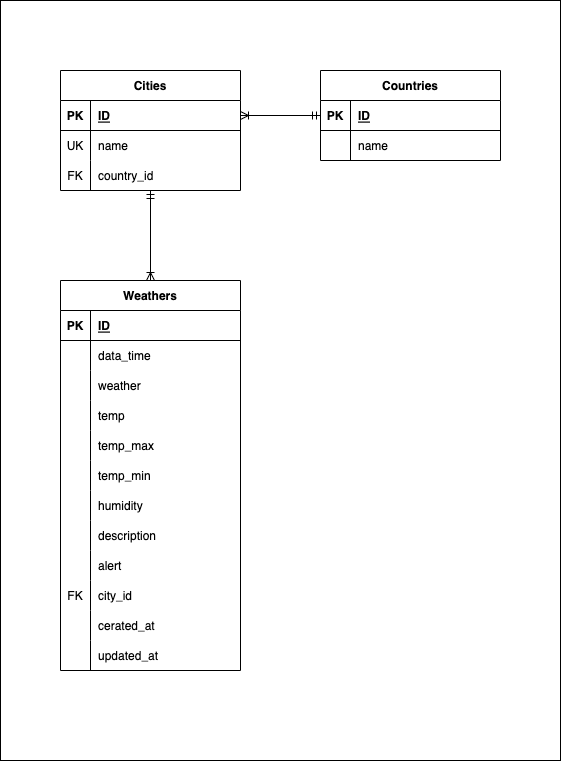
Before: documents/er.png, a diagram exported from draw.io (ytR8220/travel-weather). Source tidied: cells renumbered, new cells last; positions are measured from the earlier drawing's top-left corner, leaving out a move shared by most shapes.
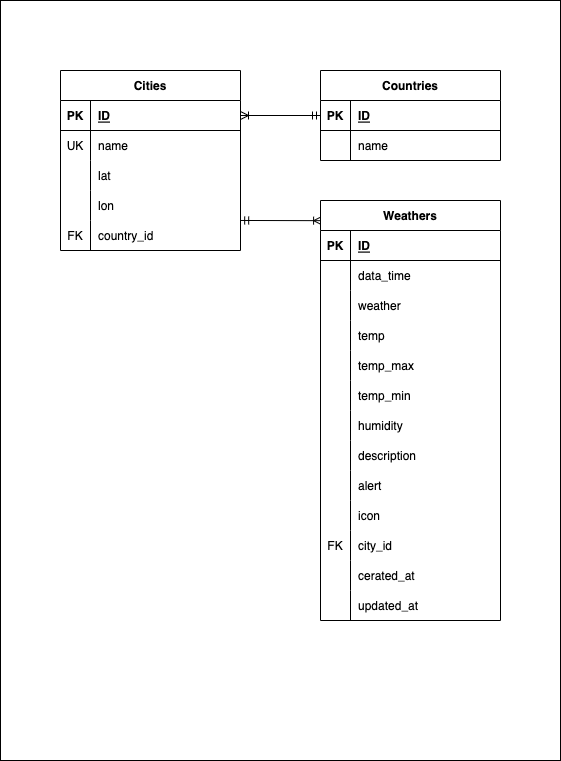
Later version of the same file.

What changed in the source:
```diff
@@ -6,7 +6,7 @@
       <mxGeometry width="560" height="760" as="geometry" />
     </mxCell>
     <mxCell id="3" value="Cities" style="shape=table;startSize=30;rowLines=0;fontStyle=1;align=center;" parent="1" vertex="1">
-      <mxGeometry x="60" y="70" width="180" height="120" as="geometry" />
+      <mxGeometry x="60" y="70" width="180" height="180" as="geometry" />
     </mxCell>
     <mxCell id="4" style="shape=tableRow;horizontal=0;startSize=0;swimlaneHead=0;swimlaneBody=0;fillColor=none;points=[[0,0.5],[1,0.5]];portConstraint=eastwest;top=0;left=0;right=0;bottom=1;" parent="3" vertex="1">
       <mxGeometry y="30" width="180" height="30" as="geometry" />
@@ -17,17 +17,35 @@
     <mxCell id="6" value="ID" style="shape=partialRectangle;fillColor=none;top=0;left=0;bottom=0;right=0;align=left;spacingLeft=6;fontStyle=5;overflow=hidden;" parent="4" vertex="1">
       <mxGeometry x="30" width="150" height="30" as="geometry" />
     </mxCell>
+    <mxCell id="59" style="shape=tableRow;horizontal=0;startSize=0;swimlaneHead=0;swimlaneBody=0;fillColor=none;top=0;left=0;right=0;bottom=0;" parent="3" vertex="1">
+      <mxGeometry y="60" width="180" height="30" as="geometry" />
+    </mxCell>
+    <mxCell id="60" value="UK" style="shape=partialRectangle;fillColor=none;top=0;left=0;bottom=0;right=0;overflow=hidden;" parent="59" vertex="1">
+      <mxGeometry width="30" height="30" as="geometry" />
+    </mxCell>
+    <mxCell id="61" value="name" style="shape=partialRectangle;fillColor=none;top=0;left=0;bottom=0;right=0;align=left;spacingLeft=6;overflow=hidden;" parent="59" vertex="1">
+      <mxGeometry x="30" width="150" height="30" as="geometry" />
+    </mxCell>
+    <mxCell id="62" style="shape=tableRow;horizontal=0;startSize=0;swimlaneHead=0;swimlaneBody=0;fillColor=none;top=0;left=0;right=0;bottom=0;" parent="3" vertex="1">
+      <mxGeometry y="90" width="180" height="30" as="geometry" />
+    </mxCell>
+    <mxCell id="63" style="shape=partialRectangle;fillColor=none;top=0;left=0;bottom=0;right=0;overflow=hidden;" parent="62" vertex="1">
+      <mxGeometry width="30" height="30" as="geometry" />
+    </mxCell>
+    <mxCell id="64" value="lat" style="shape=partialRectangle;fillColor=none;top=0;left=0;bottom=0;right=0;align=left;spacingLeft=6;overflow=hidden;" parent="62" vertex="1">
+      <mxGeometry x="30" width="150" height="30" as="geometry" />
+    </mxCell>
     <mxCell id="7" style="shape=tableRow;horizontal=0;startSize=0;swimlaneHead=0;swimlaneBody=0;fillColor=none;top=0;left=0;right=0;bottom=0;" parent="3" vertex="1">
-      <mxGeometry y="60" width="180" height="30" as="geometry" />
+      <mxGeometry y="120" width="180" height="30" as="geometry" />
     </mxCell>
-    <mxCell id="8" value="UK" style="shape=partialRectangle;fillColor=none;top=0;left=0;bottom=0;right=0;overflow=hidden;" parent="7" vertex="1">
+    <mxCell id="8" style="shape=partialRectangle;fillColor=none;top=0;left=0;bottom=0;right=0;overflow=hidden;" parent="7" vertex="1">
       <mxGeometry width="30" height="30" as="geometry" />
     </mxCell>
-    <mxCell id="9" value="name" style="shape=partialRectangle;fillColor=none;top=0;left=0;bottom=0;right=0;align=left;spacingLeft=6;overflow=hidden;" parent="7" vertex="1">
+    <mxCell id="9" value="lon" style="shape=partialRectangle;fillColor=none;top=0;left=0;bottom=0;right=0;align=left;spacingLeft=6;overflow=hidden;" parent="7" vertex="1">
       <mxGeometry x="30" width="150" height="30" as="geometry" />
     </mxCell>
     <mxCell id="10" style="shape=tableRow;horizontal=0;startSize=0;swimlaneHead=0;swimlaneBody=0;fillColor=none;points=[[0,0.5],[1,0.5]];portConstraint=eastwest;top=0;left=0;right=0;bottom=0;" parent="3" vertex="1">
-      <mxGeometry y="90" width="180" height="30" as="geometry" />
+      <mxGeometry y="150" width="180" height="30" as="geometry" />
     </mxCell>
     <mxCell id="11" value="FK" style="shape=partialRectangle;fillColor=none;top=0;left=0;bottom=0;right=0;overflow=hidden;" parent="10" vertex="1">
       <mxGeometry width="30" height="30" as="geometry" />
@@ -35,14 +53,11 @@
     <mxCell id="12" value="country_id" style="shape=partialRectangle;fillColor=none;top=0;left=0;bottom=0;right=0;align=left;spacingLeft=6;overflow=hidden;" parent="10" vertex="1">
       <mxGeometry x="30" width="150" height="30" as="geometry" />
     </mxCell>
-    <mxCell id="13" style="fontSize=12;html=1;endArrow=ERmandOne;startArrow=ERoneToMany;startFill=0;endFill=0;" parent="1" edge="1">
-      <mxGeometry relative="1" as="geometry">
-        <mxPoint x="150" y="280" as="sourcePoint" />
-        <mxPoint x="150" y="190" as="targetPoint" />
-      </mxGeometry>
+    <mxCell id="13" style="fontSize=12;html=1;endArrow=ERmandOne;startArrow=ERoneToMany;startFill=0;endFill=0;exitX=0.006;exitY=0.048;exitDx=0;exitDy=0;exitPerimeter=0;entryX=1.001;entryY=-0.001;entryDx=0;entryDy=0;entryPerimeter=0;" parent="1" edge="1" source="14" target="10">
+      <mxGeometry relative="1" as="geometry" />
     </mxCell>
     <mxCell id="14" value="Weathers" style="shape=table;startSize=30;rowLines=0;fontStyle=1;align=center;" parent="1" vertex="1">
-      <mxGeometry x="60" y="280" width="180" height="390" as="geometry" />
+      <mxGeometry x="320" y="200" width="180" height="420" as="geometry" />
     </mxCell>
     <mxCell id="15" style="shape=tableRow;horizontal=0;startSize=0;swimlaneHead=0;swimlaneBody=0;fillColor=none;top=0;left=0;right=0;bottom=1;" parent="14" vertex="1">
       <mxGeometry y="30" width="180" height="30" as="geometry" />
@@ -125,8 +140,17 @@
     <mxCell id="41" value="alert" style="shape=partialRectangle;fillColor=none;top=0;left=0;bottom=0;right=0;align=left;spacingLeft=6;overflow=hidden;" parent="39" vertex="1">
       <mxGeometry x="30" width="150" height="30" as="geometry" />
     </mxCell>
+    <mxCell id="65" style="shape=tableRow;horizontal=0;startSize=0;swimlaneHead=0;swimlaneBody=0;fillColor=none;top=0;left=0;right=0;bottom=0;" parent="14" vertex="1">
+      <mxGeometry y="300" width="180" height="30" as="geometry" />
+    </mxCell>
+    <mxCell id="66" style="shape=partialRectangle;fillColor=none;top=0;left=0;bottom=0;right=0;overflow=hidden;" parent="65" vertex="1">
+      <mxGeometry width="30" height="30" as="geometry" />
+    </mxCell>
+    <mxCell id="67" value="icon" style="shape=partialRectangle;fillColor=none;top=0;left=0;bottom=0;right=0;align=left;spacingLeft=6;overflow=hidden;" parent="65" vertex="1">
+      <mxGeometry x="30" width="150" height="30" as="geometry" />
+    </mxCell>
     <mxCell id="42" style="shape=tableRow;horizontal=0;startSize=0;swimlaneHead=0;swimlaneBody=0;fillColor=none;top=0;left=0;right=0;bottom=0;" parent="14" vertex="1">
-      <mxGeometry y="300" width="180" height="30" as="geometry" />
+      <mxGeometry y="330" width="180" height="30" as="geometry" />
     </mxCell>
     <mxCell id="43" value="FK" style="shape=partialRectangle;fillColor=none;top=0;left=0;bottom=0;right=0;overflow=hidden;" parent="42" vertex="1">
       <mxGeometry width="30" height="30" as="geometry" />
@@ -135,7 +159,7 @@
       <mxGeometry x="30" width="150" height="30" as="geometry" />
     </mxCell>
     <mxCell id="45" style="shape=tableRow;horizontal=0;startSize=0;swimlaneHead=0;swimlaneBody=0;fillColor=none;top=0;left=0;right=0;bottom=0;" parent="14" vertex="1">
-      <mxGeometry y="330" width="180" height="30" as="geometry" />
+      <mxGeometry y="360" width="180" height="30" as="geometry" />
     </mxCell>
     <mxCell id="46" style="shape=partialRectangle;fillColor=none;top=0;left=0;bottom=0;right=0;overflow=hidden;" parent="45" vertex="1">
       <mxGeometry width="30" height="30" as="geometry" />
@@ -144,7 +168,7 @@
       <mxGeometry x="30" width="150" height="30" as="geometry" />
     </mxCell>
     <mxCell id="48" style="shape=tableRow;horizontal=0;startSize=0;swimlaneHead=0;swimlaneBody=0;fillColor=none;top=0;left=0;right=0;bottom=0;" parent="14" vertex="1">
-      <mxGeometry y="360" width="180" height="30" as="geometry" />
+      <mxGeometry y="390" width="180" height="30" as="geometry" />
     </mxCell>
     <mxCell id="49" style="shape=partialRectangle;fillColor=none;top=0;left=0;bottom=0;right=0;overflow=hidden;" parent="48" vertex="1">
       <mxGeometry width="30" height="30" as="geometry" />
```
